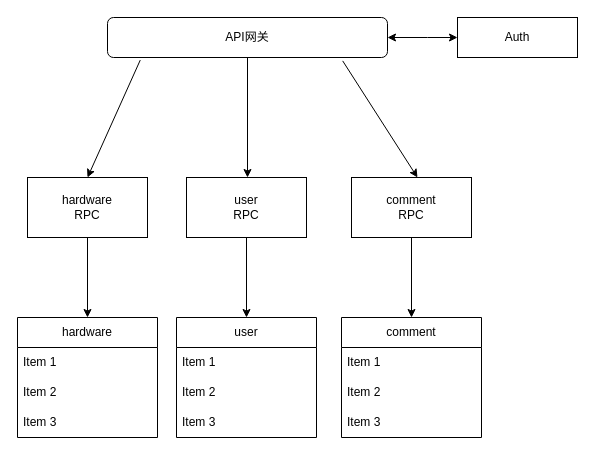
muskonu/draw keeps this draw.io diagram as 未命名绘图.drawio. Above is the earlier version. Source tidied: cells renumbered, new cells numbered last; positions are measured from the earlier drawing's top-left corner, leaving out a move shared by most shapes. Both pictures are drawn from the tidied source at 100%, with x=0, y=0 at pixel (17, 17).
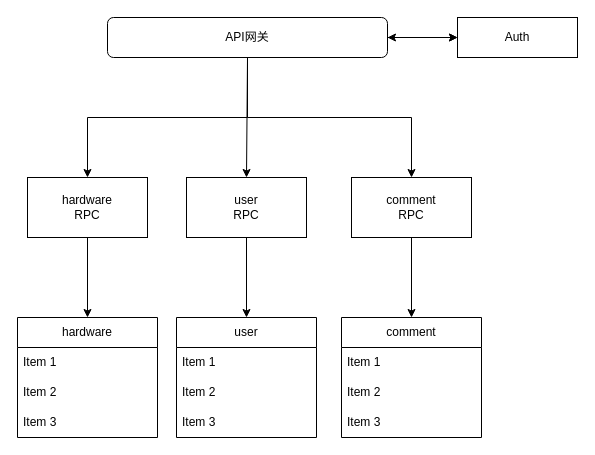
After the change.

The change refers to these unchanged cells:
```xml
<mxCell id="2" value="API网关" style="rounded=1;whiteSpace=wrap;html=1;fontSize=12;glass=0;strokeWidth=1;shadow=0;" parent="1" vertex="1">
  <mxGeometry x="90" width="280" height="40" as="geometry" />
</mxCell>
<mxCell id="6" value="Auth" style="rounded=0;whiteSpace=wrap;html=1;" parent="1" vertex="1">
  <mxGeometry x="440" width="120" height="40" as="geometry" />
</mxCell>
<mxCell id="8" value="hardware&lt;br&gt;RPC" style="rounded=0;whiteSpace=wrap;html=1;" parent="1" vertex="1">
  <mxGeometry x="10" y="160" width="120" height="60" as="geometry" />
</mxCell>
<mxCell id="9" value="user&lt;br&gt;RPC" style="rounded=0;whiteSpace=wrap;html=1;" parent="1" vertex="1">
  <mxGeometry x="169" y="160" width="120" height="60" as="geometry" />
</mxCell>
<mxCell id="10" value="comment&lt;br&gt;RPC" style="rounded=0;whiteSpace=wrap;html=1;" parent="1" vertex="1">
  <mxGeometry x="334" y="160" width="120" height="60" as="geometry" />
</mxCell>
```

What changed in the source:
```diff
@@
+    <mxCell id="3" style="edgeStyle=orthogonalEdgeStyle;rounded=0;jettySize=auto;html=1;entryX=0.5;entryY=0;entryDx=0;entryDy=0;" parent="1" edge="1" source="2" target="8">
+      <mxGeometry relative="1" as="geometry">
+        <Array as="points">
+          <mxPoint x="230" y="100" />
+          <mxPoint x="70" y="100" />
+        </Array>
+      </mxGeometry>
+    </mxCell>
+    <mxCell id="26" style="edgeStyle=orthogonalEdgeStyle;rounded=0;jettySize=auto;html=1;" parent="1" edge="1" source="2" target="6">
+      <mxGeometry relative="1" as="geometry" />
+    </mxCell>
@@
-    <mxCell id="3" style="endArrow=classic;html=1;rounded=0;exitX=0.117;exitY=1.065;exitDx=0;exitDy=0;exitPerimeter=0;entryX=0.5;entryY=0;entryDx=0;entryDy=0;" parent="1" edge="1" source="2" target="8">
-      <mxGeometry relative="1" as="geometry" />
-    </mxCell>
-    <mxCell id="4" style="endArrow=classic;html=1;rounded=0;exitX=0.5;exitY=1;exitDx=0;exitDy=0;" parent="1" edge="1" source="2">
-      <mxGeometry relative="1" as="geometry">
-        <mxPoint x="230" y="160" as="targetPoint" />
-      </mxGeometry>
-    </mxCell>
@@
-    <mxCell id="7" style="endArrow=classic;html=1;rounded=0;exitX=0.84;exitY=1.085;exitDx=0;exitDy=0;exitPerimeter=0;" parent="1" edge="1" source="2">
-      <mxGeometry relative="1" as="geometry">
-        <mxPoint x="400" y="160" as="targetPoint" />
-      </mxGeometry>
-    </mxCell>
@@
+    <mxCell id="27" style="endArrow=classic;html=1;rounded=0;" parent="1" edge="1" target="10">
+      <mxGeometry relative="1" as="geometry">
+        <mxPoint x="230" y="100" as="sourcePoint" />
+        <Array as="points">
+          <mxPoint x="394" y="100" />
+        </Array>
+      </mxGeometry>
+    </mxCell>
+    <mxCell id="28" style="endArrow=classic;html=1;rounded=0;entryX=0.5;entryY=0;entryDx=0;entryDy=0;" parent="1" edge="1" target="9">
+      <mxGeometry relative="1" as="geometry">
+        <mxPoint x="230" y="40" as="sourcePoint" />
+      </mxGeometry>
+    </mxCell>
```
